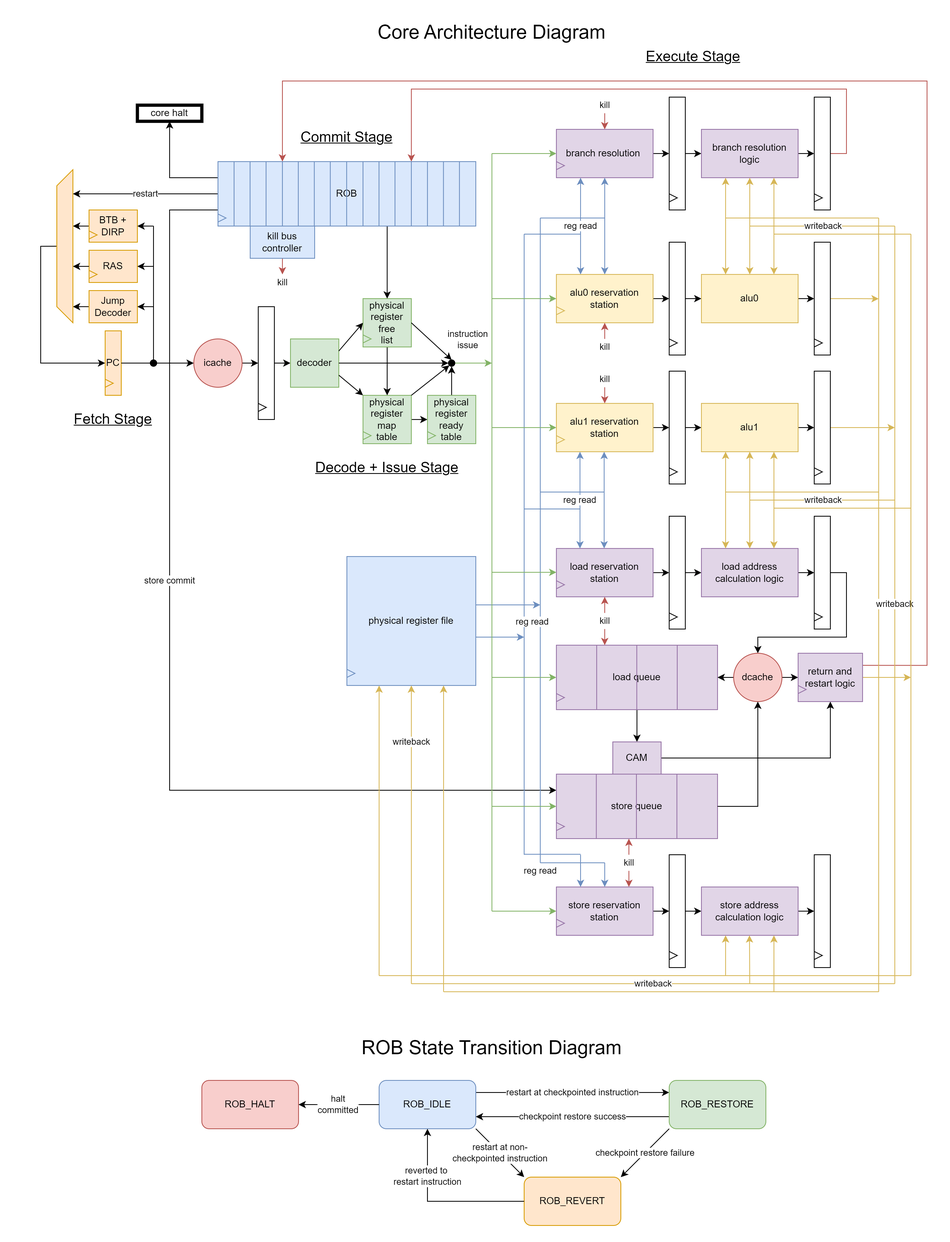
zlagpacan/437_OoO keeps this draw.io diagram as core.png. Above is the earlier version. Source tidied: cells renumbered, new cells last; positions are measured from the earlier drawing's top-left corner, leaving out a move shared by most shapes.
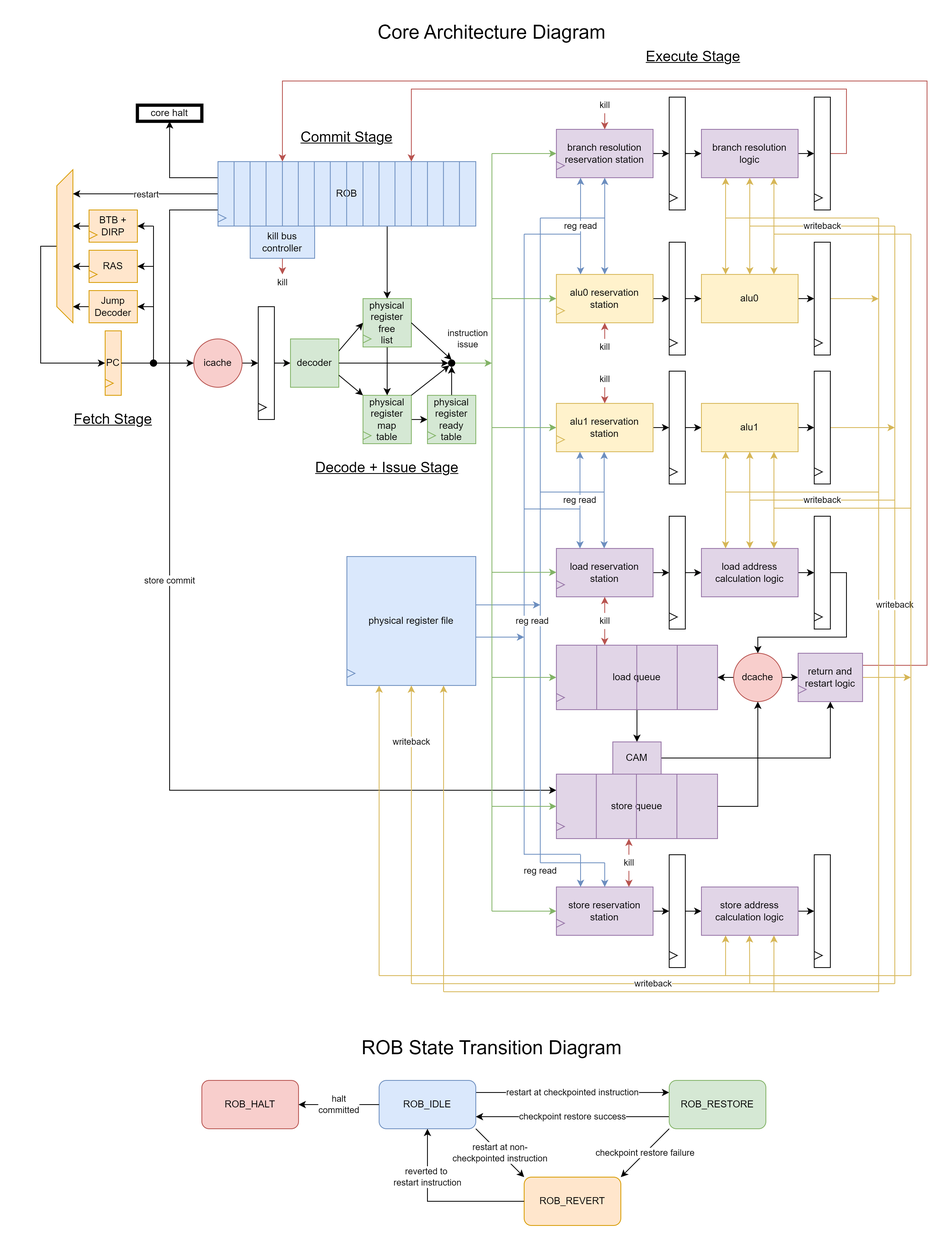
The same file after the commit.

Change to the diagram source:
```diff
@@ -250,7 +250,7 @@
     <mxCell id="71" style="edgeStyle=orthogonalEdgeStyle;rounded=0;jettySize=auto;html=1;exitX=1;exitY=0.5;exitDx=0;exitDy=0;entryX=0;entryY=0.5;entryDx=0;entryDy=0;" parent="1" edge="1" source="72" target="74">
       <mxGeometry relative="1" as="geometry" />
     </mxCell>
-    <mxCell id="72" value="branch resolution&amp;nbsp;" style="rounded=0;whiteSpace=wrap;html=1;fillColor=#e1d5e7;strokeColor=#9673a6;" parent="1" vertex="1">
+    <mxCell id="72" value="branch resolution&lt;div&gt;reservation station&lt;/div&gt;" style="rounded=0;whiteSpace=wrap;html=1;fillColor=#e1d5e7;strokeColor=#9673a6;" parent="1" vertex="1">
       <mxGeometry x="705" y="140" width="120" height="60" as="geometry" />
     </mxCell>
     <mxCell id="73" style="edgeStyle=orthogonalEdgeStyle;rounded=0;jettySize=auto;html=1;exitX=1;exitY=0.5;exitDx=0;exitDy=0;entryX=0;entryY=0.5;entryDx=0;entryDy=0;" parent="1" edge="1" source="74" target="77">
```
